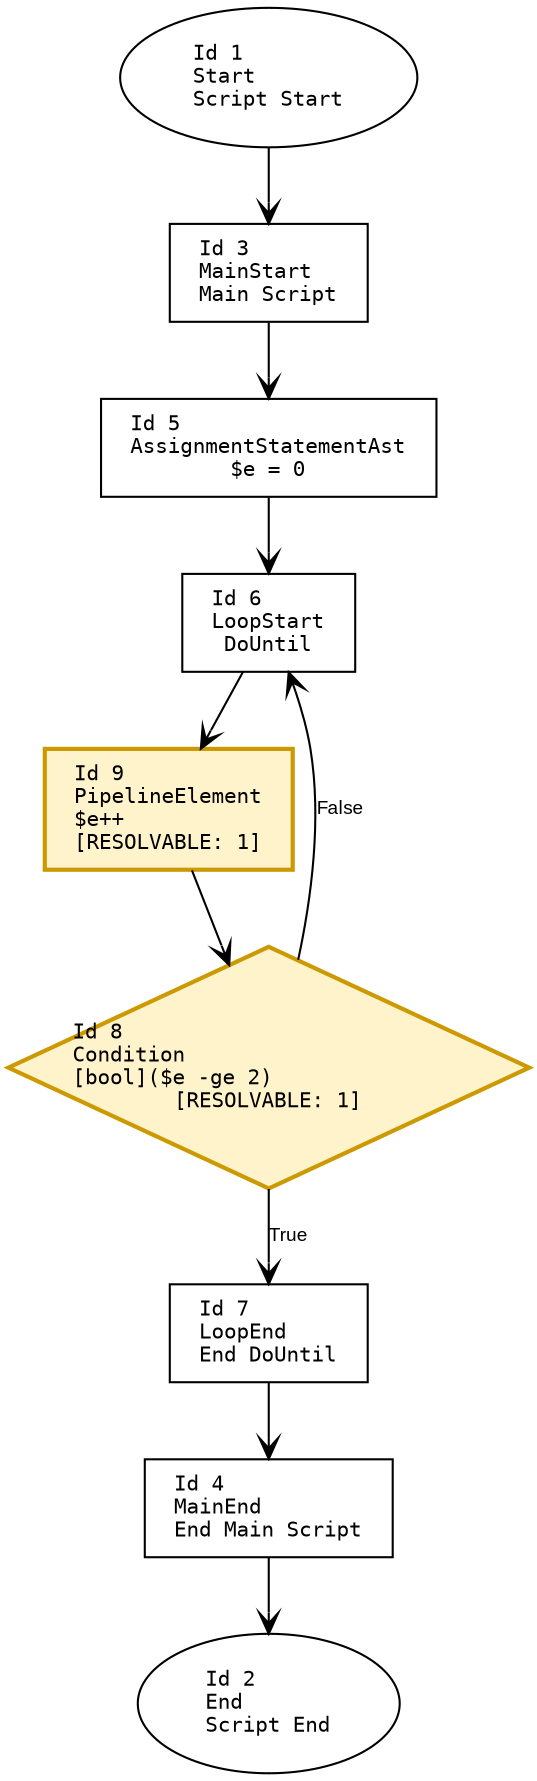
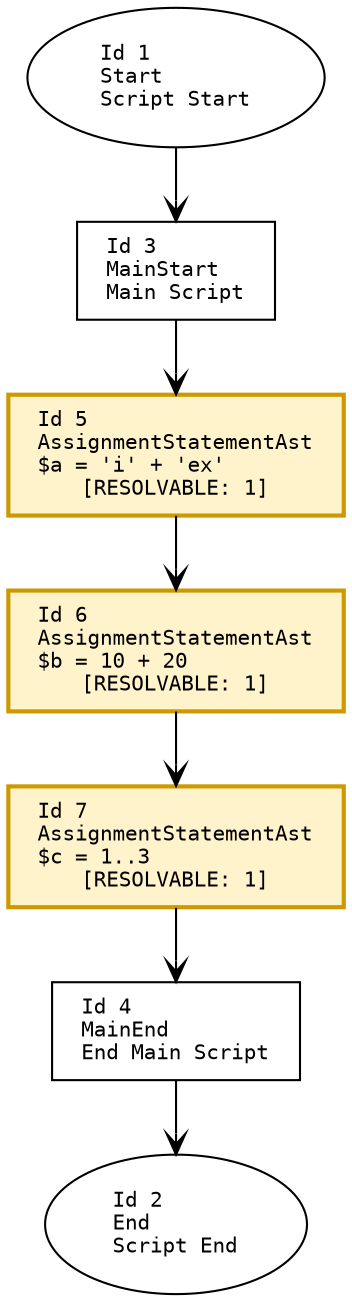
digraph G {
    rankdir=TB;
    node [
        fontname="Consolas"
        shape=box
        width=0
        height=0
        margin="0.2,0.1"
        fontsize=10
    ];
    edge [fontname="Arial", arrowhead=vee, fontsize=9];

    // Nodes
    1 [label="Id 1\lStart\lScript Start", shape=oval];
    2 [label="Id 2\lEnd\lScript End", shape=oval];
    3 [label="Id 3\lMainStart\lMain Script", shape=box];
    4 [label="Id 4\lMainEnd\lEnd Main Script", shape=box];
-     5 [label="Id 5\lAssignmentStatementAst\l$e = 0", shape=box];
-     6 [label="Id 6\lLoopStart\lDoUntil", shape=box];
-     7 [label="Id 7\lLoopEnd\lEnd DoUntil", shape=box];
-     8 [label="Id 8\lCondition\l[bool]($e -ge 2)\l[RESOLVABLE: 1]", shape=diamond, style=filled, fillcolor="#fff3cc", color="#cc9900", penwidth=2];
-     9 [label="Id 9\lPipelineElement\l$e++\l[RESOLVABLE: 1]", shape=box, style=filled, fillcolor="#fff3cc", color="#cc9900", penwidth=2];
+     5 [label="Id 5\lAssignmentStatementAst\l$a = 'i' + 'ex'\l[RESOLVABLE: 1]", shape=box, style=filled, fillcolor="#fff3cc", color="#cc9900", penwidth=2];
+     6 [label="Id 6\lAssignmentStatementAst\l$b = 10 + 20\l[RESOLVABLE: 1]", shape=box, style=filled, fillcolor="#fff3cc", color="#cc9900", penwidth=2];
+     7 [label="Id 7\lAssignmentStatementAst\l$c = 1..3\l[RESOLVABLE: 1]", shape=box, style=filled, fillcolor="#fff3cc", color="#cc9900", penwidth=2];

    // Edges
    1 -> 3;
    3 -> 5;
    5 -> 6;
-     6 -> 9;
-     9 -> 8;
-     8 -> 6 [label="False"];
-     8 -> 7 [label="True"];
+     6 -> 7;
    7 -> 4;
    4 -> 2;
}